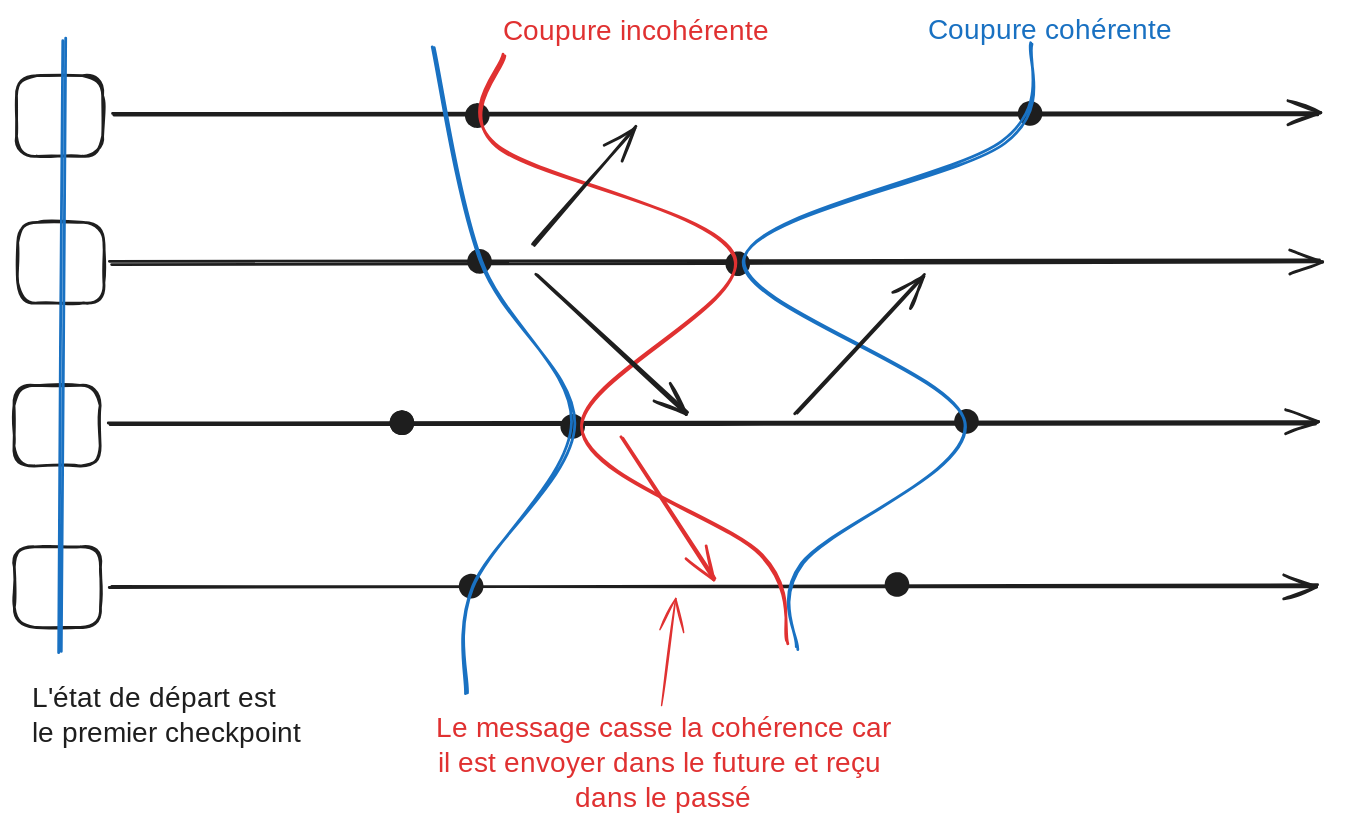
Before: src/content/notes/cours/ara/coupure.excalidraw.svg, a diagram exported from Excalidraw (ObNitram/ObNitram.github.io). Source tidied: one line per element, renumbered; positions are measured from the earlier drawing's top-left corner, leaving out a move shared by most shapes.
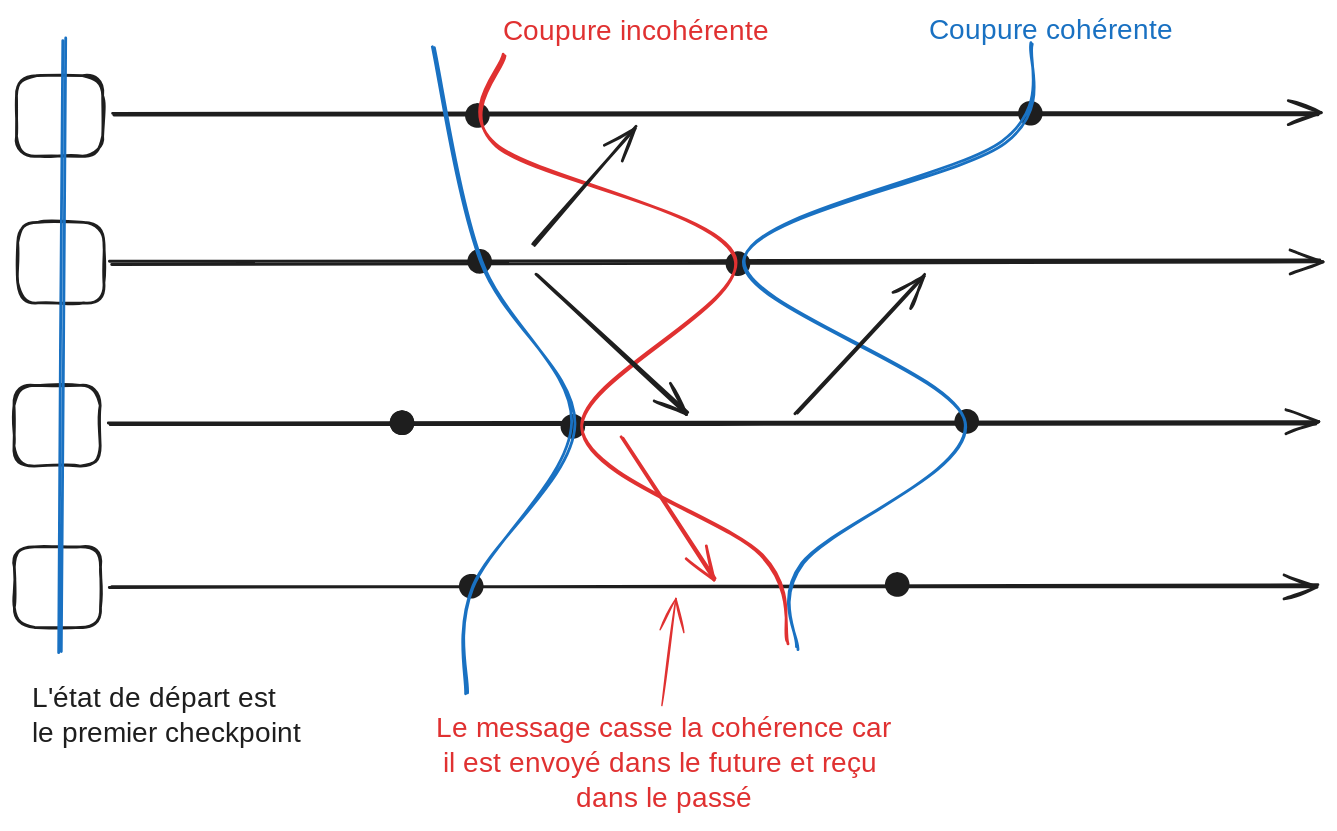
The same diagram one commit later.

Commit message:
Implement feature X to enhance user experience and fix bug Y in module Z

Diff of the diagram source:
```diff
@@ -27,5 +27,5 @@
 {"id": 26, "type": "arrow", "strokeColor": "#1e1e1e", "strokeWidth": 2, "roughness": 1, "endArrowhead": "arrow", "round": true, "x": 558, "y": 284, "width": 91, "height": 98, "points": [[0, 0], [91, -98]]}
 {"id": 27, "type": "arrow", "strokeColor": "#e03131", "strokeWidth": 2, "roughness": 1, "endArrowhead": "arrow", "round": true, "x": 435, "y": 303, "width": 65, "height": 101, "points": [[0, 0], [65, 101]]}
 {"id": 28, "type": "text", "text": "Coupure incohérente", "strokeColor": "#e03131", "strokeWidth": 2, "roughness": 1, "fontSize": 20, "fontFamily": 5, "x": 349, "y": 1, "width": 195, "height": 25}
-{"id": 29, "type": "text", "text": "Le message casse la cohérence car\nil est envoyer dans le future et reçu \ndans le passé", "strokeColor": "#e03131", "strokeWidth": 2, "roughness": 1, "fontSize": 20, "fontFamily": 5, "textAlign": "center", "x": 283, "y": 498, "width": 363, "height": 75}
+{"id": 29, "type": "text", "text": "Le message casse la cohérence car\nil est envoyé dans le future et reçu \ndans le passé", "strokeColor": "#e03131", "strokeWidth": 2, "roughness": 1, "fontSize": 20, "fontFamily": 5, "textAlign": "center", "x": 287, "y": 498, "width": 355, "height": 75}
 {"id": 30, "type": "arrow", "strokeColor": "#e03131", "strokeWidth": 1, "roughness": 1, "endArrowhead": "arrow", "from": 29, "x": 463, "y": 494, "width": 10, "height": 76, "points": [[0, 0], [10, -76]]}
```
